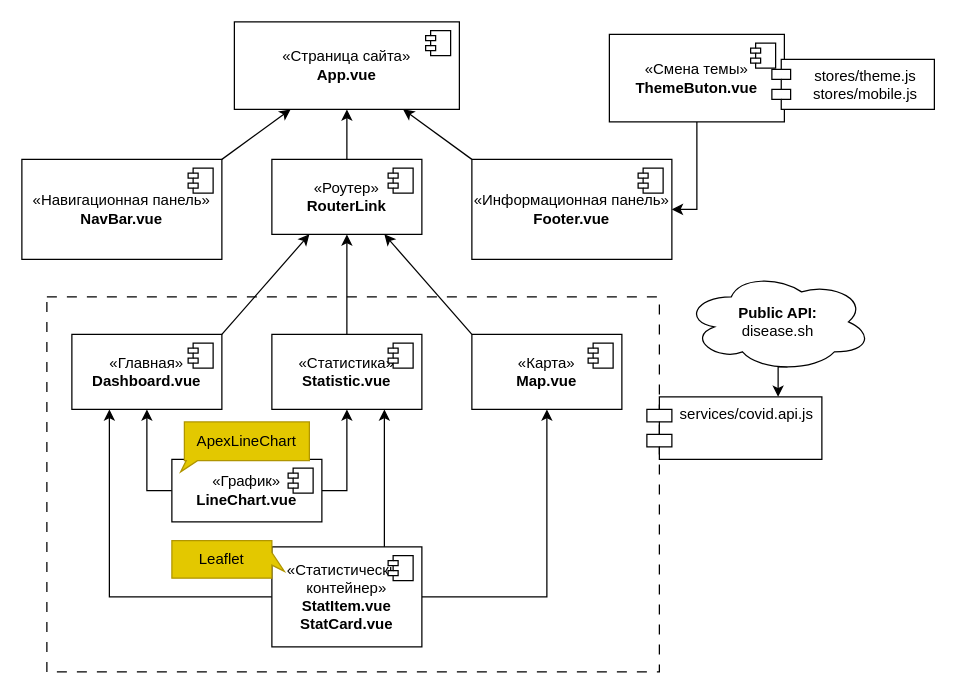
u11art/covid.vue.app keeps this draw.io diagram as docs/architecture.drawio. Above is the earlier version. Source tidied: cells renumbered, new cells numbered last; positions are measured from the earlier drawing's top-left corner, leaving out a move shared by most shapes. Both pictures are drawn from the tidied source at 125%, with x=0, y=0 at pixel (21, 21).
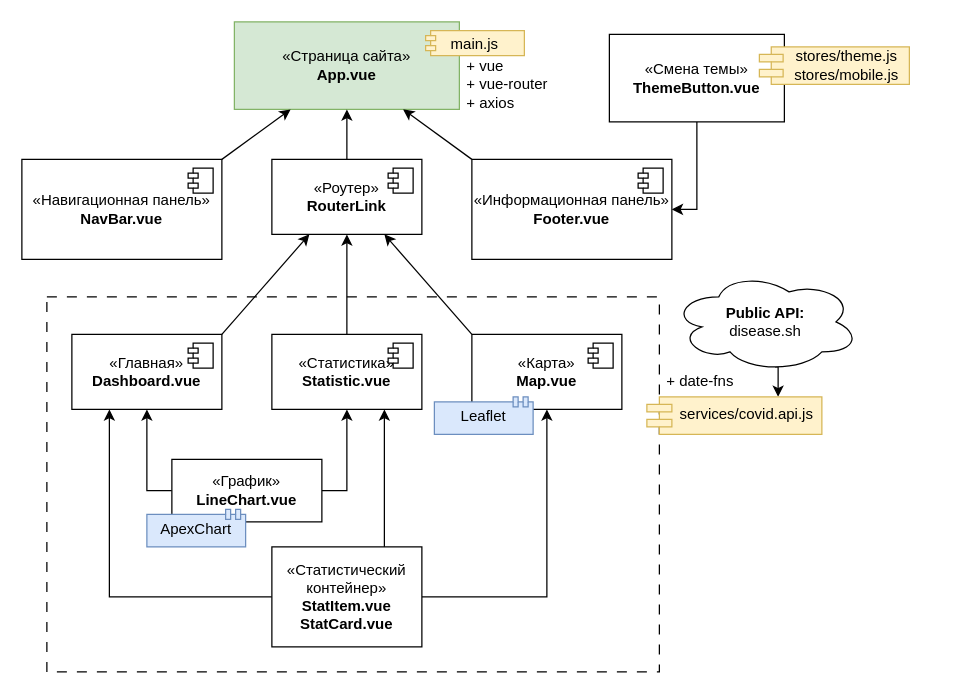
The same diagram, later.

Commit message (it also covers changes not shown here):
docs: correction report

Unchanged cells that the change refers to:
```xml
<mxCell id="25" value="«График»&lt;br&gt;&lt;b&gt;LineChart.vue&lt;/b&gt;" style="html=1;whiteSpace=wrap;" parent="1" vertex="1">
  <mxGeometry x="120" y="350" width="120" height="50" as="geometry" />
</mxCell>
<mxCell id="30" value="«Статистический контейнер»&lt;br&gt;&lt;div&gt;&lt;b&gt;StatItem.vue&lt;/b&gt;&lt;/div&gt;&lt;div&gt;&lt;b&gt;StatCard.vue&lt;/b&gt;&lt;/div&gt;" style="html=1;whiteSpace=wrap;" parent="1" vertex="1">
  <mxGeometry x="200" y="420" width="120" height="80" as="geometry" />
</mxCell>
```

The edit, as a diff of the source:
```diff
@@
-    <mxCell id="3" value="«Страница сайта»&lt;br&gt;&lt;b&gt;App.vue&lt;/b&gt;" style="html=1;whiteSpace=wrap;" parent="1" vertex="1">
+    <mxCell id="3" value="«Страница сайта»&lt;br&gt;&lt;b&gt;App.vue&lt;/b&gt;" style="html=1;whiteSpace=wrap;fillColor=#d5e8d4;strokeColor=#82b366;" parent="1" vertex="1">
       <mxGeometry x="170" width="180" height="70" as="geometry" />
     </mxCell>
-    <mxCell id="4" style="shape=module;jettyWidth=8;jettyHeight=4;" parent="3" vertex="1">
-      <mxGeometry x="1" width="20" height="20" relative="1" as="geometry">
+    <mxCell id="4" value="main.js" style="shape=module;jettyWidth=8;jettyHeight=4;fillColor=#fff2cc;strokeColor=#d6b656;" parent="3" vertex="1">
+      <mxGeometry x="1" width="79" height="20" relative="1" as="geometry">
         <mxPoint x="-27" y="7" as="offset" />
       </mxGeometry>
     </mxCell>
@@
-    <mxCell id="26" style="shape=module;jettyWidth=8;jettyHeight=4;" parent="25" vertex="1">
-      <mxGeometry x="1" width="20" height="20" relative="1" as="geometry">
-        <mxPoint x="-27" y="7" as="offset" />
+    <mxCell id="26" value="ApexChart" style="shape=module;jettyWidth=8;jettyHeight=4;direction=south;fillColor=#dae8fc;strokeColor=#6c8ebf;" parent="25" vertex="1">
+      <mxGeometry x="1" width="79" height="30" relative="1" as="geometry">
+        <mxPoint x="-140" y="40" as="offset" />
       </mxGeometry>
     </mxCell>
@@
-    <mxCell id="31" style="shape=module;jettyWidth=8;jettyHeight=4;" parent="30" vertex="1">
-      <mxGeometry x="1" width="20" height="20" relative="1" as="geometry">
-        <mxPoint x="-27" y="7" as="offset" />
+    <mxCell id="31" value="Leaflet" style="shape=module;jettyWidth=8;jettyHeight=4;direction=south;fillColor=#dae8fc;strokeColor=#6c8ebf;" parent="30" vertex="1">
+      <mxGeometry x="1" width="79" height="30" relative="1" as="geometry">
+        <mxPoint x="10" y="-120" as="offset" />
       </mxGeometry>
     </mxCell>
@@
-    <mxCell id="33" value="«Смена темы»&lt;br&gt;&lt;b&gt;ThemeButon.vue&lt;/b&gt;" style="html=1;whiteSpace=wrap;" parent="1" vertex="1">
+    <mxCell id="33" value="«Смена темы»&lt;br&gt;&lt;b&gt;ThemeButton.vue&lt;/b&gt;" style="html=1;whiteSpace=wrap;" parent="1" vertex="1">
       <mxGeometry x="470" y="10" width="140" height="70" as="geometry" />
     </mxCell>
-    <mxCell id="34" style="shape=module;jettyWidth=8;jettyHeight=4;" parent="33" vertex="1">
-      <mxGeometry x="1" width="20" height="20" relative="1" as="geometry">
-        <mxPoint x="-27" y="7" as="offset" />
-      </mxGeometry>
-    </mxCell>
-    <mxCell id="35" value="Leaflet" style="whiteSpace=wrap;html=1;shape=mxgraph.basic.rectCallout;dx=15.4;dy=10;boundedLbl=1;fillColor=#e3c800;fontColor=#000000;strokeColor=#B09500;direction=north;" parent="1" vertex="1">
-      <mxGeometry x="120" y="415" width="90" height="30" as="geometry" />
-    </mxCell>
-    <mxCell id="36" value="ApexLineChart" style="whiteSpace=wrap;html=1;shape=mxgraph.basic.rectCallout;dx=6;dy=9;boundedLbl=1;fillColor=#e3c800;fontColor=#000000;strokeColor=#B09500;" parent="1" vertex="1">
-      <mxGeometry x="130" y="320" width="100" height="40" as="geometry" />
-    </mxCell>
-    <mxCell id="37" value="&lt;div&gt;stores/theme.js&lt;/div&gt;&lt;div&gt;stores/mobile.js&lt;/div&gt;" style="shape=module;align=left;spacingLeft=20;align=center;verticalAlign=top;whiteSpace=wrap;html=1;jettyWidth=15;jettyHeight=8;" parent="1" vertex="1">
-      <mxGeometry x="600" y="30" width="130" height="40" as="geometry" />
+    <mxCell id="37" value="&lt;div&gt;stores/theme.js&lt;/div&gt;&lt;div&gt;stores/mobile.js&lt;/div&gt;" style="shape=module;align=center;spacingLeft=20;align=center;verticalAlign=middle;whiteSpace=wrap;html=1;jettyWidth=19;jettyHeight=6;fillColor=#fff2cc;strokeColor=#d6b656;" parent="1" vertex="1">
+      <mxGeometry x="590" y="20" width="120" height="30" as="geometry" />
     </mxCell>
@@
     <mxCell id="39" value="&lt;div&gt;&lt;b&gt;Public API:&lt;/b&gt;&lt;/div&gt;&lt;div&gt;disease.sh&lt;/div&gt;" style="ellipse;shape=cloud;whiteSpace=wrap;html=1;" parent="1" vertex="1">
-      <mxGeometry x="530" y="200" width="150" height="80" as="geometry" />
+      <mxGeometry x="520" y="200" width="150" height="80" as="geometry" />
     </mxCell>
-    <mxCell id="40" value="services/covid.api.js" style="shape=module;align=left;spacingLeft=20;align=center;verticalAlign=top;whiteSpace=wrap;html=1;" parent="1" vertex="1">
-      <mxGeometry x="500" y="300" width="140" height="50" as="geometry" />
+    <mxCell id="40" value="services/covid.api.js" style="shape=module;align=left;spacingLeft=20;align=center;verticalAlign=top;whiteSpace=wrap;html=1;jettyWidth=20;jettyHeight=6;fillColor=#fff2cc;strokeColor=#d6b656;" parent="1" vertex="1">
+      <mxGeometry x="500" y="300" width="140" height="30" as="geometry" />
     </mxCell>
+    <mxCell id="41" value="+ vue&lt;br&gt;+ vue-router&lt;br&gt;+ axios" style="text;strokeColor=none;fillColor=none;align=left;verticalAlign=top;spacingLeft=4;spacingRight=4;overflow=hidden;whiteSpace=wrap;html=1;" parent="1" vertex="1">
+      <mxGeometry x="350" y="22" width="100" height="58" as="geometry" />
+    </mxCell>
+    <mxCell id="42" value="+ date-fns" style="text;strokeColor=none;fillColor=none;align=left;verticalAlign=top;spacingLeft=4;spacingRight=4;overflow=hidden;whiteSpace=wrap;html=1;" parent="1" vertex="1">
+      <mxGeometry x="510" y="274" width="100" height="26" as="geometry" />
+    </mxCell>
```
